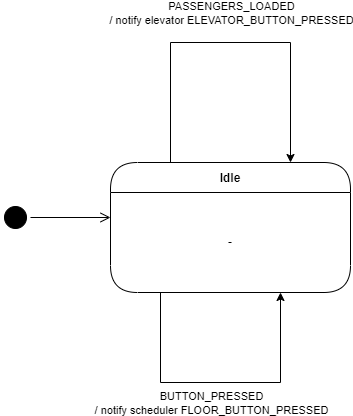
robsim378/sysc_3303_project keeps this draw.io diagram as UML_Diagrams/UML_State_Diagram-Floor.drawio.png. Above is the earlier version. Source tidied: cells renumbered, new cells last; positions are measured from the earlier drawing's top-left corner, leaving out a move shared by most shapes.
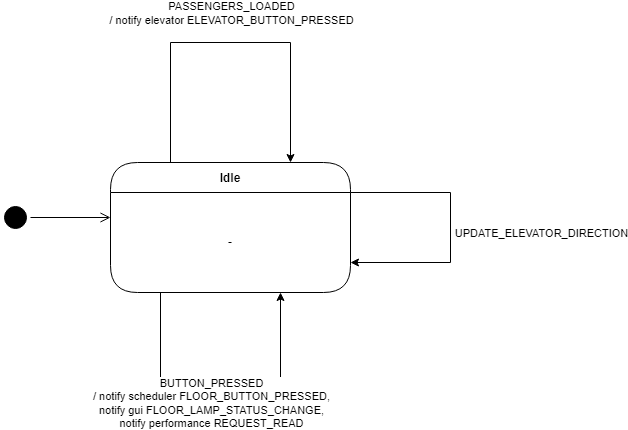
After the change.

Change to the diagram source:
```diff
@@ -11,6 +11,19 @@
     <mxCell id="4" value="-" style="text;html=1;strokeColor=none;fillColor=none;align=center;verticalAlign=middle;spacingLeft=4;spacingRight=4;whiteSpace=wrap;overflow=hidden;fontColor=#000000;" parent="2" vertex="1">
       <mxGeometry y="130" width="240" as="geometry" />
     </mxCell>
+    <mxCell id="11" style="edgeStyle=orthogonalEdgeStyle;rounded=0;orthogonalLoop=1;jettySize=auto;html=1;" parent="2" edge="1" source="3" target="3">
+      <mxGeometry relative="1" as="geometry">
+        <Array as="points">
+          <mxPoint x="340" y="30" />
+          <mxPoint x="340" y="100" />
+        </Array>
+      </mxGeometry>
+    </mxCell>
+    <mxCell id="12" value="UPDATE_ELEVATOR_DIRECTION" style="edgeLabel;html=1;align=center;verticalAlign=middle;" parent="11" vertex="1">
+      <mxGeometry x="0.26" relative="1" as="geometry">
+        <mxPoint x="90" y="-30" as="offset" />
+      </mxGeometry>
+    </mxCell>
     <mxCell id="5" style="edgeStyle=orthogonalEdgeStyle;rounded=0;orthogonalLoop=1;jettySize=auto;html=1;" parent="1" edge="1" source="2" target="2">
       <mxGeometry relative="1" as="geometry">
         <Array as="points">
@@ -32,7 +45,7 @@
         </Array>
       </mxGeometry>
     </mxCell>
-    <mxCell id="8" value="BUTTON_PRESSED&lt;br style=&quot;border-color: var(--border-color);&quot;&gt;/ notify scheduler FLOOR_BUTTON_PRESSED" style="edgeLabel;html=1;align=center;verticalAlign=middle;" parent="7" vertex="1">
+    <mxCell id="8" value="BUTTON_PRESSED&lt;br style=&quot;border-color: var(--border-color);&quot;&gt;/ notify scheduler FLOOR_BUTTON_PRESSED,&lt;br&gt;notify gui&amp;nbsp;FLOOR_LAMP_STATUS_CHANGE,&lt;br&gt;notify performance REQUEST_READ" style="edgeLabel;html=1;align=center;verticalAlign=middle;" parent="7" vertex="1">
       <mxGeometry x="0.26" relative="1" as="geometry">
         <mxPoint x="-49" y="20" as="offset" />
       </mxGeometry>
```
